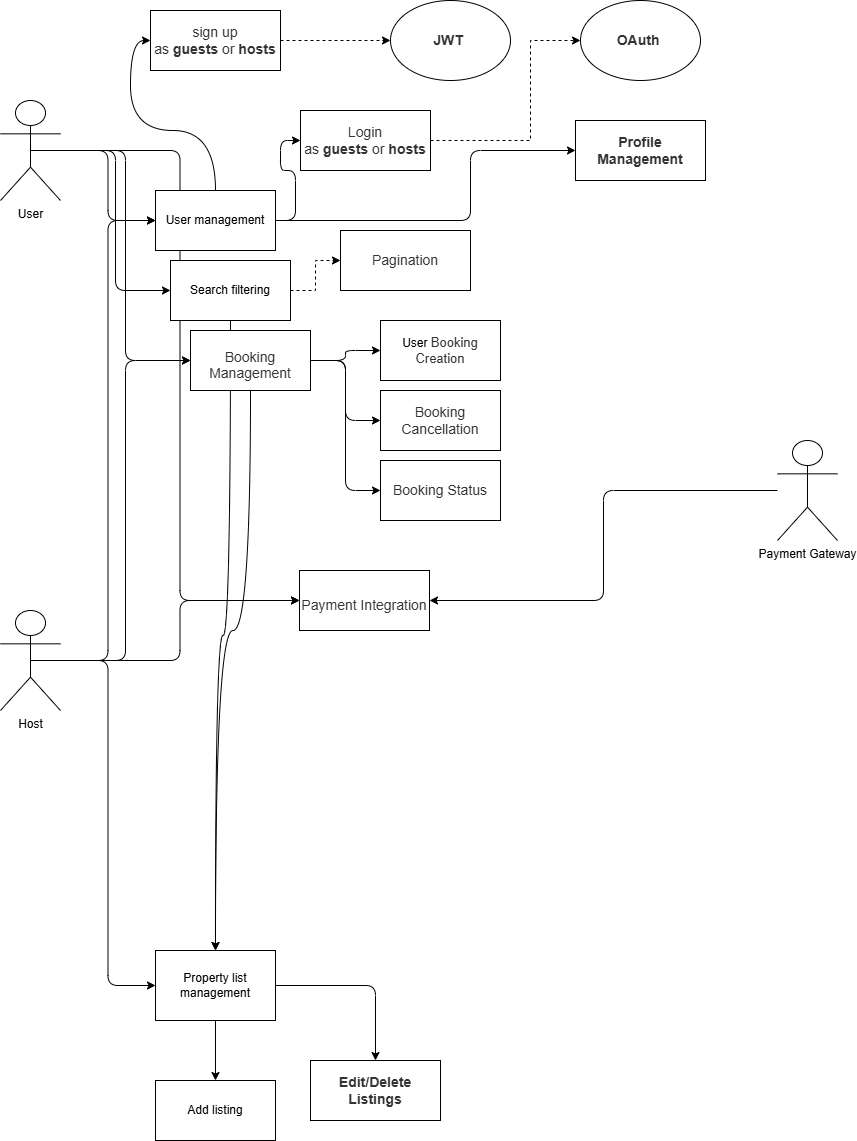
The draw.io diagram use-case-diagram/usecase.drawio.png in Dinamow/alx-airbnb-project-documentation, before a commit. Source tidied: cells renumbered, new cells last; positions are measured from the earlier drawing's top-left corner, leaving out a move shared by most shapes.
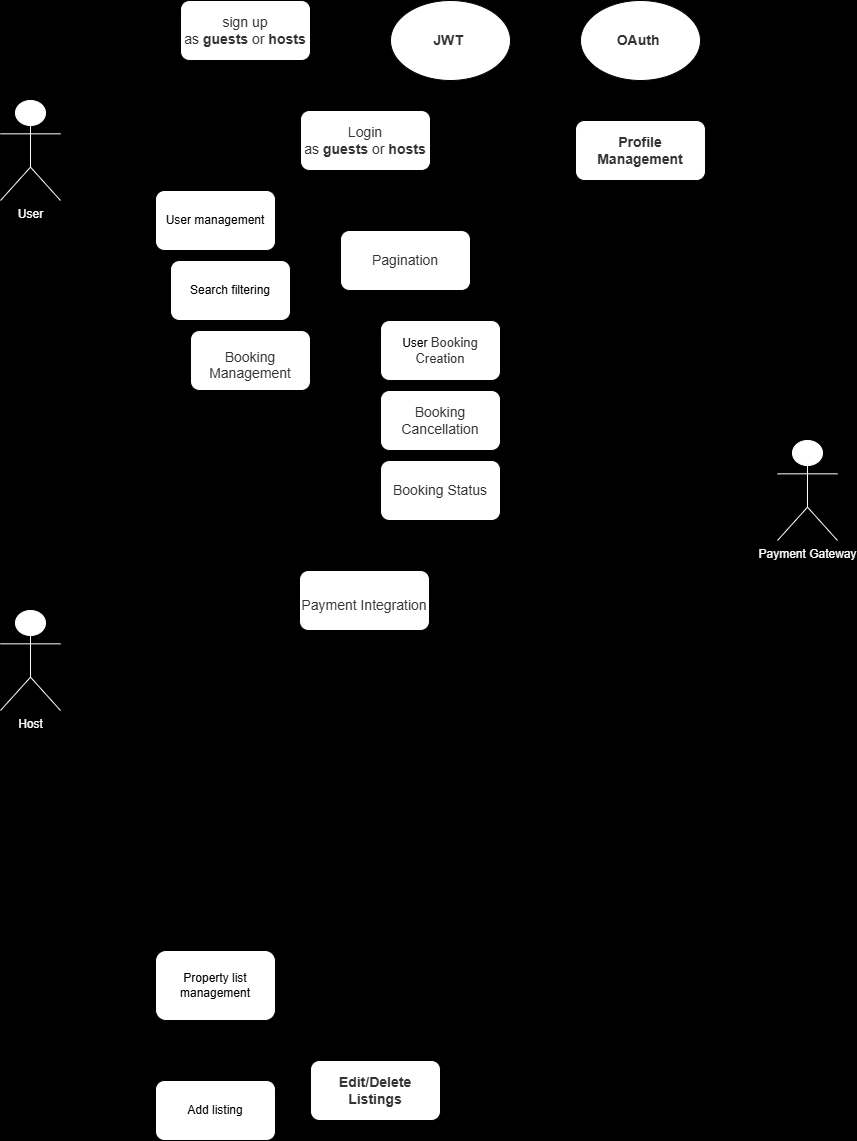
Later version of the same file.

Diff of the diagram source:
```diff
@@ -1,4 +1,4 @@
-<mxGraphModel background="#ffffff">
+<mxGraphModel background="#000000">
   <root>
     <mxCell id="0" />
     <mxCell id="1" parent="0" />
@@ -17,7 +17,7 @@
     <mxCell id="6" style="edgeStyle=orthogonalEdgeStyle;rounded=1;jettySize=auto;html=1;entryX=0;entryY=0.5;entryDx=0;entryDy=0;curved=0;" parent="1" edge="1" source="7" target="39">
       <mxGeometry relative="1" as="geometry" />
     </mxCell>
-    <mxCell id="7" value="User" style="shape=umlActor;verticalLabelPosition=bottom;verticalAlign=top;html=1;outlineConnect=0;" parent="1" vertex="1">
+    <mxCell id="7" value="&lt;font color=&quot;#ffffff&quot;&gt;User&lt;/font&gt;" style="shape=umlActor;verticalLabelPosition=bottom;verticalAlign=top;html=1;outlineConnect=0;rounded=1;strokeColor=#FFFFFF;" parent="1" vertex="1">
       <mxGeometry y="100" width="60" height="100" as="geometry" />
     </mxCell>
     <mxCell id="8" style="edgeStyle=orthogonalEdgeStyle;rounded=1;jettySize=auto;html=1;exitX=0.5;exitY=0.5;exitDx=0;exitDy=0;exitPerimeter=0;entryX=0;entryY=0.5;entryDx=0;entryDy=0;curved=0;" parent="1" edge="1" source="11" target="15">
@@ -29,10 +29,10 @@
     <mxCell id="10" style="edgeStyle=orthogonalEdgeStyle;rounded=1;jettySize=auto;html=1;entryX=0;entryY=0.5;entryDx=0;entryDy=0;curved=0;" parent="1" edge="1" source="11" target="39">
       <mxGeometry relative="1" as="geometry" />
     </mxCell>
-    <mxCell id="11" value="Host" style="shape=umlActor;verticalLabelPosition=bottom;verticalAlign=top;html=1;outlineConnect=0;" parent="1" vertex="1">
+    <mxCell id="11" value="&lt;font color=&quot;#ffffff&quot;&gt;Host&lt;/font&gt;" style="shape=umlActor;verticalLabelPosition=bottom;verticalAlign=top;html=1;outlineConnect=0;rounded=1;strokeColor=#FFFFFF;" parent="1" vertex="1">
       <mxGeometry y="610" width="60" height="100" as="geometry" />
     </mxCell>
-    <mxCell id="12" style="edgeStyle=orthogonalEdgeStyle;rounded=0;jettySize=auto;html=1;curved=1;entryX=0;entryY=0.5;entryDx=0;entryDy=0;" parent="1" edge="1" source="15" target="17">
+    <mxCell id="12" style="edgeStyle=orthogonalEdgeStyle;rounded=1;jettySize=auto;html=1;curved=1;entryX=0;entryY=0.5;entryDx=0;entryDy=0;" parent="1" edge="1" source="15" target="17">
       <mxGeometry relative="1" as="geometry" />
     </mxCell>
     <mxCell id="13" style="edgeStyle=orthogonalEdgeStyle;rounded=1;jettySize=auto;html=1;entryX=0;entryY=0.5;entryDx=0;entryDy=0;curved=0;" parent="1" edge="1" source="15" target="20">
@@ -46,19 +46,19 @@
         </Array>
       </mxGeometry>
     </mxCell>
-    <mxCell id="15" value="User management" style="rounded=0;whiteSpace=wrap;html=1;" parent="1" vertex="1">
+    <mxCell id="15" value="User management" style="rounded=1;whiteSpace=wrap;html=1;" parent="1" vertex="1">
       <mxGeometry x="155" y="190" width="120" height="60" as="geometry" />
     </mxCell>
-    <mxCell id="16" style="edgeStyle=orthogonalEdgeStyle;rounded=0;jettySize=auto;html=1;entryX=0;entryY=0.5;entryDx=0;entryDy=0;dashed=1;" parent="1" edge="1" source="17" target="18">
+    <mxCell id="16" style="edgeStyle=orthogonalEdgeStyle;rounded=1;jettySize=auto;html=1;entryX=0;entryY=0.5;entryDx=0;entryDy=0;dashed=1;" parent="1" edge="1" source="17" target="18">
       <mxGeometry relative="1" as="geometry" />
     </mxCell>
-    <mxCell id="17" value="&lt;span style=&quot;color: rgb(51, 51, 51); font-family: aktiv-grotesk, sans-serif; font-size: 14px; text-align: left; background-color: rgb(255, 255, 255);&quot;&gt;sign up as&amp;nbsp;&lt;/span&gt;&lt;strong style=&quot;box-sizing: border-box; color: rgb(51, 51, 51); font-family: aktiv-grotesk, sans-serif; font-size: 14px; text-align: left; background-color: rgb(255, 255, 255);&quot;&gt;guests&lt;/strong&gt;&lt;span style=&quot;color: rgb(51, 51, 51); font-family: aktiv-grotesk, sans-serif; font-size: 14px; text-align: left; background-color: rgb(255, 255, 255);&quot;&gt;&amp;nbsp;or&amp;nbsp;&lt;/span&gt;&lt;strong style=&quot;box-sizing: border-box; color: rgb(51, 51, 51); font-family: aktiv-grotesk, sans-serif; font-size: 14px; text-align: left; background-color: rgb(255, 255, 255);&quot;&gt;hosts&lt;/strong&gt;" style="rounded=0;whiteSpace=wrap;html=1;" parent="1" vertex="1">
-      <mxGeometry x="150" y="10" width="130" height="60" as="geometry" />
+    <mxCell id="17" value="&lt;span style=&quot;color: rgb(51, 51, 51); font-family: aktiv-grotesk, sans-serif; font-size: 14px; text-align: left; background-color: rgb(255, 255, 255);&quot;&gt;sign up as&amp;nbsp;&lt;/span&gt;&lt;strong style=&quot;box-sizing: border-box; color: rgb(51, 51, 51); font-family: aktiv-grotesk, sans-serif; font-size: 14px; text-align: left; background-color: rgb(255, 255, 255);&quot;&gt;guests&lt;/strong&gt;&lt;span style=&quot;color: rgb(51, 51, 51); font-family: aktiv-grotesk, sans-serif; font-size: 14px; text-align: left; background-color: rgb(255, 255, 255);&quot;&gt;&amp;nbsp;or&amp;nbsp;&lt;/span&gt;&lt;strong style=&quot;box-sizing: border-box; color: rgb(51, 51, 51); font-family: aktiv-grotesk, sans-serif; font-size: 14px; text-align: left; background-color: rgb(255, 255, 255);&quot;&gt;hosts&lt;/strong&gt;" style="rounded=1;whiteSpace=wrap;html=1;" parent="1" vertex="1">
+      <mxGeometry x="180" width="130" height="60" as="geometry" />
     </mxCell>
-    <mxCell id="18" value="&lt;strong style=&quot;box-sizing: border-box; color: rgb(51, 51, 51); font-family: aktiv-grotesk, sans-serif; font-size: 14px; text-align: left; background-color: rgb(255, 255, 255);&quot;&gt;JWT&amp;nbsp;&lt;/strong&gt;" style="ellipse;whiteSpace=wrap;html=1;" parent="1" vertex="1">
+    <mxCell id="18" value="&lt;strong style=&quot;box-sizing: border-box; color: rgb(51, 51, 51); font-family: aktiv-grotesk, sans-serif; font-size: 14px; text-align: left; background-color: rgb(255, 255, 255);&quot;&gt;JWT&amp;nbsp;&lt;/strong&gt;" style="ellipse;whiteSpace=wrap;html=1;rounded=1;" parent="1" vertex="1">
       <mxGeometry x="390" width="120" height="80" as="geometry" />
     </mxCell>
-    <mxCell id="19" style="edgeStyle=orthogonalEdgeStyle;rounded=0;jettySize=auto;html=1;entryX=0;entryY=0.5;entryDx=0;entryDy=0;dashed=1;" parent="1" edge="1" source="20" target="21">
+    <mxCell id="19" style="edgeStyle=orthogonalEdgeStyle;rounded=1;jettySize=auto;html=1;entryX=0;entryY=0.5;entryDx=0;entryDy=0;dashed=1;" parent="1" edge="1" source="20" target="21">
       <mxGeometry relative="1" as="geometry">
         <Array as="points">
           <mxPoint x="530" y="140" />
@@ -66,13 +66,13 @@
         </Array>
       </mxGeometry>
     </mxCell>
-    <mxCell id="20" value="&lt;span style=&quot;color: rgb(51, 51, 51); font-family: aktiv-grotesk, sans-serif; font-size: 14px; text-align: left; background-color: rgb(255, 255, 255);&quot;&gt;Login as&amp;nbsp;&lt;/span&gt;&lt;strong style=&quot;box-sizing: border-box; color: rgb(51, 51, 51); font-family: aktiv-grotesk, sans-serif; font-size: 14px; text-align: left; background-color: rgb(255, 255, 255);&quot;&gt;guests&lt;/strong&gt;&lt;span style=&quot;color: rgb(51, 51, 51); font-family: aktiv-grotesk, sans-serif; font-size: 14px; text-align: left; background-color: rgb(255, 255, 255);&quot;&gt;&amp;nbsp;or&amp;nbsp;&lt;/span&gt;&lt;strong style=&quot;box-sizing: border-box; color: rgb(51, 51, 51); font-family: aktiv-grotesk, sans-serif; font-size: 14px; text-align: left; background-color: rgb(255, 255, 255);&quot;&gt;hosts&lt;/strong&gt;" style="rounded=0;whiteSpace=wrap;html=1;" parent="1" vertex="1">
+    <mxCell id="20" value="&lt;span style=&quot;color: rgb(51, 51, 51); font-family: aktiv-grotesk, sans-serif; font-size: 14px; text-align: left; background-color: rgb(255, 255, 255);&quot;&gt;Login as&amp;nbsp;&lt;/span&gt;&lt;strong style=&quot;box-sizing: border-box; color: rgb(51, 51, 51); font-family: aktiv-grotesk, sans-serif; font-size: 14px; text-align: left; background-color: rgb(255, 255, 255);&quot;&gt;guests&lt;/strong&gt;&lt;span style=&quot;color: rgb(51, 51, 51); font-family: aktiv-grotesk, sans-serif; font-size: 14px; text-align: left; background-color: rgb(255, 255, 255);&quot;&gt;&amp;nbsp;or&amp;nbsp;&lt;/span&gt;&lt;strong style=&quot;box-sizing: border-box; color: rgb(51, 51, 51); font-family: aktiv-grotesk, sans-serif; font-size: 14px; text-align: left; background-color: rgb(255, 255, 255);&quot;&gt;hosts&lt;/strong&gt;" style="rounded=1;whiteSpace=wrap;html=1;" parent="1" vertex="1">
       <mxGeometry x="300" y="110" width="130" height="60" as="geometry" />
     </mxCell>
-    <mxCell id="21" value="&lt;strong style=&quot;box-sizing: border-box; color: rgb(51, 51, 51); font-family: aktiv-grotesk, sans-serif; font-size: 14px; text-align: left; background-color: rgb(255, 255, 255);&quot;&gt;OAuth&lt;/strong&gt;&lt;span style=&quot;color: rgb(51, 51, 51); font-family: aktiv-grotesk, sans-serif; font-size: 14px; text-align: left; background-color: rgb(255, 255, 255);&quot;&gt;&amp;nbsp;&lt;/span&gt;" style="ellipse;whiteSpace=wrap;html=1;" parent="1" vertex="1">
+    <mxCell id="21" value="&lt;strong style=&quot;box-sizing: border-box; color: rgb(51, 51, 51); font-family: aktiv-grotesk, sans-serif; font-size: 14px; text-align: left; background-color: rgb(255, 255, 255);&quot;&gt;OAuth&lt;/strong&gt;&lt;span style=&quot;color: rgb(51, 51, 51); font-family: aktiv-grotesk, sans-serif; font-size: 14px; text-align: left; background-color: rgb(255, 255, 255);&quot;&gt;&amp;nbsp;&lt;/span&gt;" style="ellipse;whiteSpace=wrap;html=1;rounded=1;" parent="1" vertex="1">
       <mxGeometry x="580" width="120" height="80" as="geometry" />
     </mxCell>
-    <mxCell id="22" value="&lt;strong style=&quot;box-sizing: border-box; color: rgb(51, 51, 51); font-family: aktiv-grotesk, sans-serif; font-size: 14px; text-align: left; background-color: rgb(255, 255, 255);&quot;&gt;Profile Management&lt;/strong&gt;" style="rounded=0;whiteSpace=wrap;html=1;" parent="1" vertex="1">
+    <mxCell id="22" value="&lt;strong style=&quot;box-sizing: border-box; color: rgb(51, 51, 51); font-family: aktiv-grotesk, sans-serif; font-size: 14px; text-align: left; background-color: rgb(255, 255, 255);&quot;&gt;Profile Management&lt;/strong&gt;" style="rounded=1;whiteSpace=wrap;html=1;" parent="1" vertex="1">
       <mxGeometry x="575" y="120" width="130" height="60" as="geometry" />
     </mxCell>
     <mxCell id="23" style="edgeStyle=orthogonalEdgeStyle;rounded=1;jettySize=auto;html=1;entryX=0.5;entryY=0;entryDx=0;entryDy=0;curved=0;" parent="1" edge="1" source="25" target="27">
@@ -81,19 +81,19 @@
     <mxCell id="24" style="edgeStyle=orthogonalEdgeStyle;rounded=1;jettySize=auto;html=1;entryX=0.5;entryY=0;entryDx=0;entryDy=0;curved=0;" parent="1" edge="1" source="25" target="26">
       <mxGeometry relative="1" as="geometry" />
     </mxCell>
-    <mxCell id="25" value="Property list management" style="rounded=0;whiteSpace=wrap;html=1;" parent="1" vertex="1">
+    <mxCell id="25" value="Property list management" style="rounded=1;whiteSpace=wrap;html=1;" parent="1" vertex="1">
       <mxGeometry x="155" y="950" width="120" height="70" as="geometry" />
     </mxCell>
-    <mxCell id="26" value="&lt;strong style=&quot;box-sizing: border-box; color: rgb(51, 51, 51); font-family: aktiv-grotesk, sans-serif; font-size: 14px; text-align: left; background-color: rgb(255, 255, 255);&quot;&gt;Edit/Delete Listings&lt;/strong&gt;" style="rounded=0;whiteSpace=wrap;html=1;" parent="1" vertex="1">
+    <mxCell id="26" value="&lt;strong style=&quot;box-sizing: border-box; color: rgb(51, 51, 51); font-family: aktiv-grotesk, sans-serif; font-size: 14px; text-align: left; background-color: rgb(255, 255, 255);&quot;&gt;Edit/Delete Listings&lt;/strong&gt;" style="rounded=1;whiteSpace=wrap;html=1;" parent="1" vertex="1">
       <mxGeometry x="310" y="1060" width="130" height="60" as="geometry" />
     </mxCell>
-    <mxCell id="27" value="Add listing" style="rounded=0;whiteSpace=wrap;html=1;" parent="1" vertex="1">
+    <mxCell id="27" value="Add listing" style="rounded=1;whiteSpace=wrap;html=1;" parent="1" vertex="1">
       <mxGeometry x="155" y="1080" width="120" height="60" as="geometry" />
     </mxCell>
-    <mxCell id="28" style="edgeStyle=orthogonalEdgeStyle;rounded=0;jettySize=auto;html=1;dashed=1;entryX=0;entryY=0.5;entryDx=0;entryDy=0;" parent="1" edge="1" source="31" target="32">
+    <mxCell id="28" style="edgeStyle=orthogonalEdgeStyle;rounded=1;jettySize=auto;html=1;dashed=1;entryX=0;entryY=0.5;entryDx=0;entryDy=0;" parent="1" edge="1" source="31" target="32">
       <mxGeometry relative="1" as="geometry" />
     </mxCell>
-    <mxCell id="29" style="edgeStyle=orthogonalEdgeStyle;rounded=0;jettySize=auto;html=1;entryX=0.5;entryY=0;entryDx=0;entryDy=0;curved=1;" parent="1" edge="1" source="39" target="25">
+    <mxCell id="29" style="edgeStyle=orthogonalEdgeStyle;rounded=1;jettySize=auto;html=1;entryX=0.5;entryY=0;entryDx=0;entryDy=0;curved=1;" parent="1" edge="1" source="39" target="25">
       <mxGeometry relative="1" as="geometry">
         <Array as="points">
           <mxPoint x="250" y="630" />
@@ -101,13 +101,13 @@
         </Array>
       </mxGeometry>
     </mxCell>
-    <mxCell id="30" style="edgeStyle=orthogonalEdgeStyle;rounded=0;jettySize=auto;html=1;curved=1;" parent="1" edge="1" source="31" target="25">
+    <mxCell id="30" style="edgeStyle=orthogonalEdgeStyle;rounded=1;jettySize=auto;html=1;curved=1;" parent="1" edge="1" source="31" target="25">
       <mxGeometry relative="1" as="geometry" />
     </mxCell>
-    <mxCell id="31" value="Search filtering" style="rounded=0;whiteSpace=wrap;html=1;" parent="1" vertex="1">
+    <mxCell id="31" value="Search filtering" style="rounded=1;whiteSpace=wrap;html=1;" parent="1" vertex="1">
       <mxGeometry x="170" y="260" width="120" height="60" as="geometry" />
     </mxCell>
-    <mxCell id="32" value="&lt;div style=&quot;text-align: left;&quot;&gt;&lt;font face=&quot;aktiv-grotesk, sans-serif&quot; color=&quot;#333333&quot;&gt;&lt;span style=&quot;font-size: 14px; background-color: rgb(255, 255, 255);&quot;&gt;Pagination&lt;/span&gt;&lt;/font&gt;&lt;/div&gt;" style="rounded=0;whiteSpace=wrap;html=1;" parent="1" vertex="1">
+    <mxCell id="32" value="&lt;div style=&quot;text-align: left;&quot;&gt;&lt;font face=&quot;aktiv-grotesk, sans-serif&quot; color=&quot;#333333&quot;&gt;&lt;span style=&quot;font-size: 14px; background-color: rgb(255, 255, 255);&quot;&gt;Pagination&lt;/span&gt;&lt;/font&gt;&lt;/div&gt;" style="rounded=1;whiteSpace=wrap;html=1;" parent="1" vertex="1">
       <mxGeometry x="340" y="230" width="130" height="60" as="geometry" />
     </mxCell>
     <mxCell id="33" style="edgeStyle=orthogonalEdgeStyle;rounded=1;jettySize=auto;html=1;entryX=0;entryY=0.5;entryDx=0;entryDy=0;curved=0;" parent="1" edge="1" source="39" target="36">
@@ -119,25 +119,25 @@
     <mxCell id="35" style="edgeStyle=orthogonalEdgeStyle;rounded=1;jettySize=auto;html=1;entryX=0;entryY=0.5;entryDx=0;entryDy=0;curved=0;" parent="1" edge="1" source="39" target="37">
       <mxGeometry relative="1" as="geometry" />
     </mxCell>
-    <mxCell id="36" value="User&amp;nbsp;&lt;span style=&quot;box-sizing: border-box; color: rgb(51, 51, 51); font-family: aktiv-grotesk, sans-serif; text-align: left; background-color: rgb(255, 255, 255);&quot;&gt;&lt;font style=&quot;font-size: 13px;&quot;&gt;Booking Creation&lt;/font&gt;&lt;/span&gt;" style="rounded=0;whiteSpace=wrap;html=1;" parent="1" vertex="1">
+    <mxCell id="36" value="User&amp;nbsp;&lt;span style=&quot;box-sizing: border-box; color: rgb(51, 51, 51); font-family: aktiv-grotesk, sans-serif; text-align: left; background-color: rgb(255, 255, 255);&quot;&gt;&lt;font style=&quot;font-size: 13px;&quot;&gt;Booking Creation&lt;/font&gt;&lt;/span&gt;" style="rounded=1;whiteSpace=wrap;html=1;" parent="1" vertex="1">
       <mxGeometry x="380" y="320" width="120" height="60" as="geometry" />
     </mxCell>
-    <mxCell id="37" value="&lt;span style=&quot;box-sizing: border-box; color: rgb(51, 51, 51); font-family: aktiv-grotesk, sans-serif; font-size: 14px; text-align: left; background-color: rgb(255, 255, 255);&quot;&gt;Booking Cancellation&lt;/span&gt;" style="rounded=0;whiteSpace=wrap;html=1;" parent="1" vertex="1">
+    <mxCell id="37" value="&lt;span style=&quot;box-sizing: border-box; color: rgb(51, 51, 51); font-family: aktiv-grotesk, sans-serif; font-size: 14px; text-align: left; background-color: rgb(255, 255, 255);&quot;&gt;Booking Cancellation&lt;/span&gt;" style="rounded=1;whiteSpace=wrap;html=1;" parent="1" vertex="1">
       <mxGeometry x="380" y="390" width="120" height="60" as="geometry" />
     </mxCell>
-    <mxCell id="38" value="&lt;span style=&quot;box-sizing: border-box; color: rgb(51, 51, 51); font-family: aktiv-grotesk, sans-serif; font-size: 14px; text-align: left; background-color: rgb(255, 255, 255);&quot;&gt;Booking Status&lt;/span&gt;" style="rounded=0;whiteSpace=wrap;html=1;" parent="1" vertex="1">
+    <mxCell id="38" value="&lt;span style=&quot;box-sizing: border-box; color: rgb(51, 51, 51); font-family: aktiv-grotesk, sans-serif; font-size: 14px; text-align: left; background-color: rgb(255, 255, 255);&quot;&gt;Booking Status&lt;/span&gt;" style="rounded=1;whiteSpace=wrap;html=1;" parent="1" vertex="1">
       <mxGeometry x="380" y="460" width="120" height="60" as="geometry" />
     </mxCell>
-    <mxCell id="39" value="&lt;h3 style=&quot;box-sizing: border-box; font-family: aktiv-grotesk, sans-serif; line-height: 1.1; color: rgb(51, 51, 51); margin-top: 30px; margin-bottom: 20px; background-color: rgb(255, 255, 255);&quot;&gt;&lt;span style=&quot;box-sizing: border-box; font-weight: normal;&quot;&gt;&lt;font style=&quot;font-size: 14px;&quot;&gt;Booking Management&lt;/font&gt;&lt;/span&gt;&lt;/h3&gt;" style="rounded=0;whiteSpace=wrap;html=1;align=center;" parent="1" vertex="1">
+    <mxCell id="39" value="&lt;h3 style=&quot;box-sizing: border-box; font-family: aktiv-grotesk, sans-serif; line-height: 1.1; color: rgb(51, 51, 51); margin-top: 30px; margin-bottom: 20px; background-color: rgb(255, 255, 255);&quot;&gt;&lt;span style=&quot;box-sizing: border-box; font-weight: normal;&quot;&gt;&lt;font style=&quot;font-size: 14px;&quot;&gt;Booking Management&lt;/font&gt;&lt;/span&gt;&lt;/h3&gt;" style="rounded=1;whiteSpace=wrap;html=1;align=center;" parent="1" vertex="1">
       <mxGeometry x="190" y="330" width="120" height="60" as="geometry" />
     </mxCell>
-    <mxCell id="40" style="edgeStyle=orthogonalEdgeStyle;rounded=1;jettySize=auto;html=1;entryX=1;entryY=0.5;entryDx=0;entryDy=0;curved=0;" parent="1" edge="1" source="41" target="42">
+    <mxCell id="40" style="edgeStyle=orthogonalEdgeStyle;rounded=1;jettySize=auto;html=1;entryX=1;entryY=0.5;entryDx=0;entryDy=0;curved=0;fontColor=#FFFFFF;labelBackgroundColor=#000000;" parent="1" edge="1" source="41" target="42">
       <mxGeometry relative="1" as="geometry" />
     </mxCell>
-    <mxCell id="41" value="Payment Gateway" style="shape=umlActor;verticalLabelPosition=bottom;verticalAlign=top;html=1;outlineConnect=0;" parent="1" vertex="1">
+    <mxCell id="41" value="&lt;font color=&quot;#ffffff&quot;&gt;Payment Gateway&lt;/font&gt;" style="shape=umlActor;verticalLabelPosition=bottom;verticalAlign=top;html=1;outlineConnect=0;rounded=1;strokeColor=#FFFFFF;" parent="1" vertex="1">
       <mxGeometry x="777" y="440" width="60" height="100" as="geometry" />
     </mxCell>
-    <mxCell id="42" value="&lt;h3 style=&quot;box-sizing: border-box; font-family: aktiv-grotesk, sans-serif; line-height: 1.1; color: rgb(51, 51, 51); margin-top: 30px; margin-bottom: 20px; background-color: rgb(255, 255, 255);&quot;&gt;&lt;span style=&quot;box-sizing: border-box; font-weight: normal;&quot;&gt;&lt;font style=&quot;font-size: 14px;&quot;&gt;Payment Integration&lt;/font&gt;&lt;/span&gt;&lt;/h3&gt;" style="rounded=0;whiteSpace=wrap;html=1;align=center;" parent="1" vertex="1">
+    <mxCell id="42" value="&lt;h3 style=&quot;box-sizing: border-box; font-family: aktiv-grotesk, sans-serif; line-height: 1.1; color: rgb(51, 51, 51); margin-top: 30px; margin-bottom: 20px; background-color: rgb(255, 255, 255);&quot;&gt;&lt;span style=&quot;box-sizing: border-box; font-weight: normal;&quot;&gt;&lt;font style=&quot;font-size: 14px;&quot;&gt;Payment Integration&lt;/font&gt;&lt;/span&gt;&lt;/h3&gt;" style="rounded=1;whiteSpace=wrap;html=1;align=center;" parent="1" vertex="1">
       <mxGeometry x="299" y="570" width="130" height="60" as="geometry" />
     </mxCell>
   </root>
```
